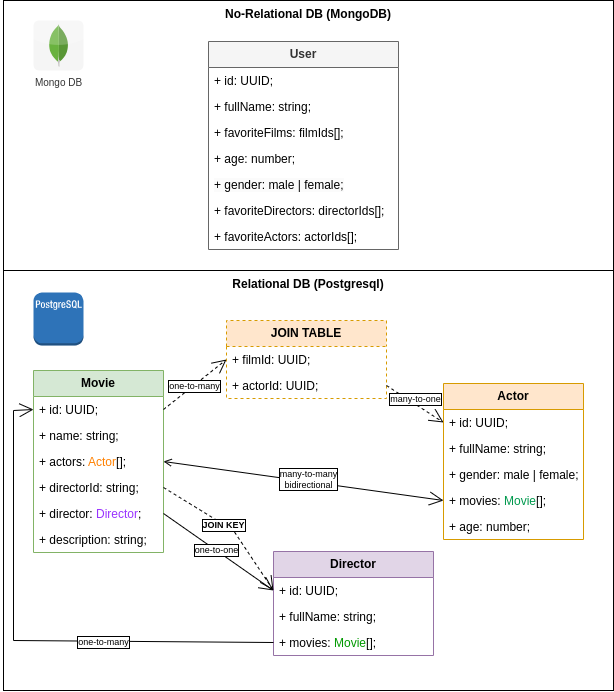
Above: Movies-library.drawio.png in 21Michael/movies-library (draw.io), before the change. Source tidied: cells renumbered, new cells last; positions are measured from the earlier drawing's top-left corner, leaving out a move shared by most shapes.
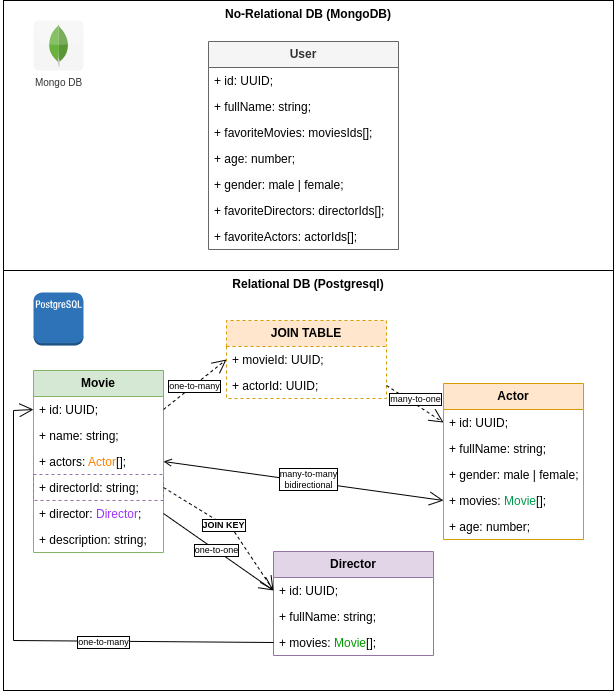
Later version of the same file.

Change to the diagram source:
```diff
@@ -17,7 +17,7 @@
     <mxCell id="6" value="+ actors: &lt;font color=&quot;#ff8000&quot;&gt;Actor&lt;/font&gt;[];" style="text;strokeColor=none;fillColor=none;align=left;verticalAlign=top;spacingLeft=4;spacingRight=4;overflow=hidden;points=[[0,0.5],[1,0.5]];portConstraint=eastwest;whiteSpace=wrap;html=1;" parent="3" vertex="1">
       <mxGeometry y="78" width="130" height="26" as="geometry" />
     </mxCell>
-    <mxCell id="7" value="+ directorId: string;" style="text;strokeColor=none;fillColor=none;align=left;verticalAlign=top;spacingLeft=4;spacingRight=4;overflow=hidden;points=[[0,0.5],[1,0.5]];portConstraint=eastwest;whiteSpace=wrap;html=1;" parent="3" vertex="1">
+    <mxCell id="7" value="+ directorId: string;" style="text;strokeColor=#9673a6;fillColor=none;align=left;verticalAlign=top;spacingLeft=4;spacingRight=4;overflow=hidden;points=[[0,0.5],[1,0.5]];portConstraint=eastwest;whiteSpace=wrap;html=1;dashed=1;" parent="3" vertex="1">
       <mxGeometry y="104" width="130" height="26" as="geometry" />
     </mxCell>
     <mxCell id="8" value="+ director: &lt;font color=&quot;#9933ff&quot;&gt;Director&lt;/font&gt;;" style="text;strokeColor=none;fillColor=none;align=left;verticalAlign=top;spacingLeft=4;spacingRight=4;overflow=hidden;points=[[0,0.5],[1,0.5]];portConstraint=eastwest;whiteSpace=wrap;html=1;" parent="3" vertex="1">
@@ -71,7 +71,7 @@
     <mxCell id="24" value="+ fullName: string;" style="text;strokeColor=none;fillColor=none;align=left;verticalAlign=top;spacingLeft=4;spacingRight=4;overflow=hidden;whiteSpace=wrap;html=1;" parent="22" vertex="1">
       <mxGeometry y="52" width="190" height="26" as="geometry" />
     </mxCell>
-    <mxCell id="25" value="+ favoriteFilms: filmIds[];" style="text;strokeColor=none;fillColor=none;align=left;verticalAlign=top;spacingLeft=4;spacingRight=4;overflow=hidden;whiteSpace=wrap;html=1;" parent="22" vertex="1">
+    <mxCell id="25" value="+ favoriteMovies: moviesIds[];" style="text;strokeColor=none;fillColor=none;align=left;verticalAlign=top;spacingLeft=4;spacingRight=4;overflow=hidden;whiteSpace=wrap;html=1;" parent="22" vertex="1">
       <mxGeometry y="78" width="190" height="26" as="geometry" />
     </mxCell>
     <mxCell id="26" value="+ age: number;" style="text;strokeColor=none;fillColor=none;align=left;verticalAlign=top;spacingLeft=4;spacingRight=4;overflow=hidden;whiteSpace=wrap;html=1;" parent="22" vertex="1">
@@ -92,7 +92,7 @@
     <mxCell id="31" value="&lt;b&gt;JOIN TABLE&lt;/b&gt;" style="swimlane;fontStyle=0;horizontal=1;startSize=26;fillColor=#ffe6cc;whiteSpace=wrap;html=1;strokeColor=#d79b00;dashed=1;" parent="1" vertex="1">
       <mxGeometry x="223" y="320" width="160" height="78" as="geometry" />
     </mxCell>
-    <mxCell id="32" value="+ filmId: UUID;" style="text;strokeColor=none;fillColor=none;align=left;verticalAlign=top;spacingLeft=4;spacingRight=4;overflow=hidden;points=[[0,0.5],[1,0.5]];portConstraint=eastwest;whiteSpace=wrap;html=1;" parent="31" vertex="1">
+    <mxCell id="32" value="+ movieId: UUID;" style="text;strokeColor=none;fillColor=none;align=left;verticalAlign=top;spacingLeft=4;spacingRight=4;overflow=hidden;points=[[0,0.5],[1,0.5]];portConstraint=eastwest;whiteSpace=wrap;html=1;" parent="31" vertex="1">
       <mxGeometry y="26" width="160" height="26" as="geometry" />
     </mxCell>
     <mxCell id="33" value="+ actorId: UUID;" style="text;strokeColor=none;fillColor=none;align=left;verticalAlign=top;spacingLeft=4;spacingRight=4;overflow=hidden;points=[[0,0.5],[1,0.5]];portConstraint=eastwest;whiteSpace=wrap;html=1;" parent="31" vertex="1">
```
